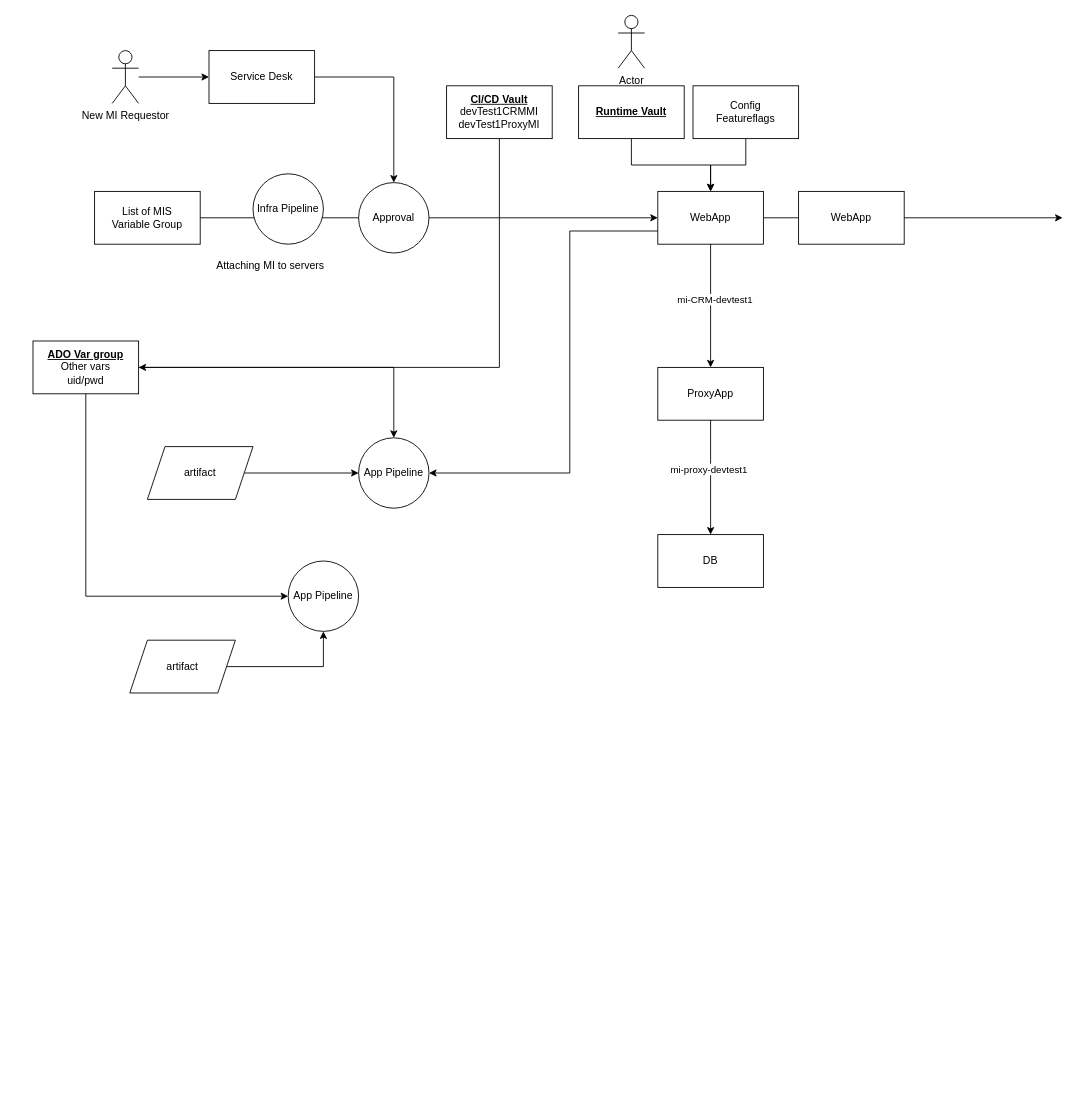
Earlier version of the draw.io diagram infra/VaultConfigMI.drawio (vjavle/invoicecloud). Source tidied: cells renumbered, new cells numbered last; positions are measured from the earlier drawing's top-left corner, leaving out a move shared by most shapes. Both pictures are drawn from the tidied source at 88%, with x=0, y=0 at pixel (33, 15).
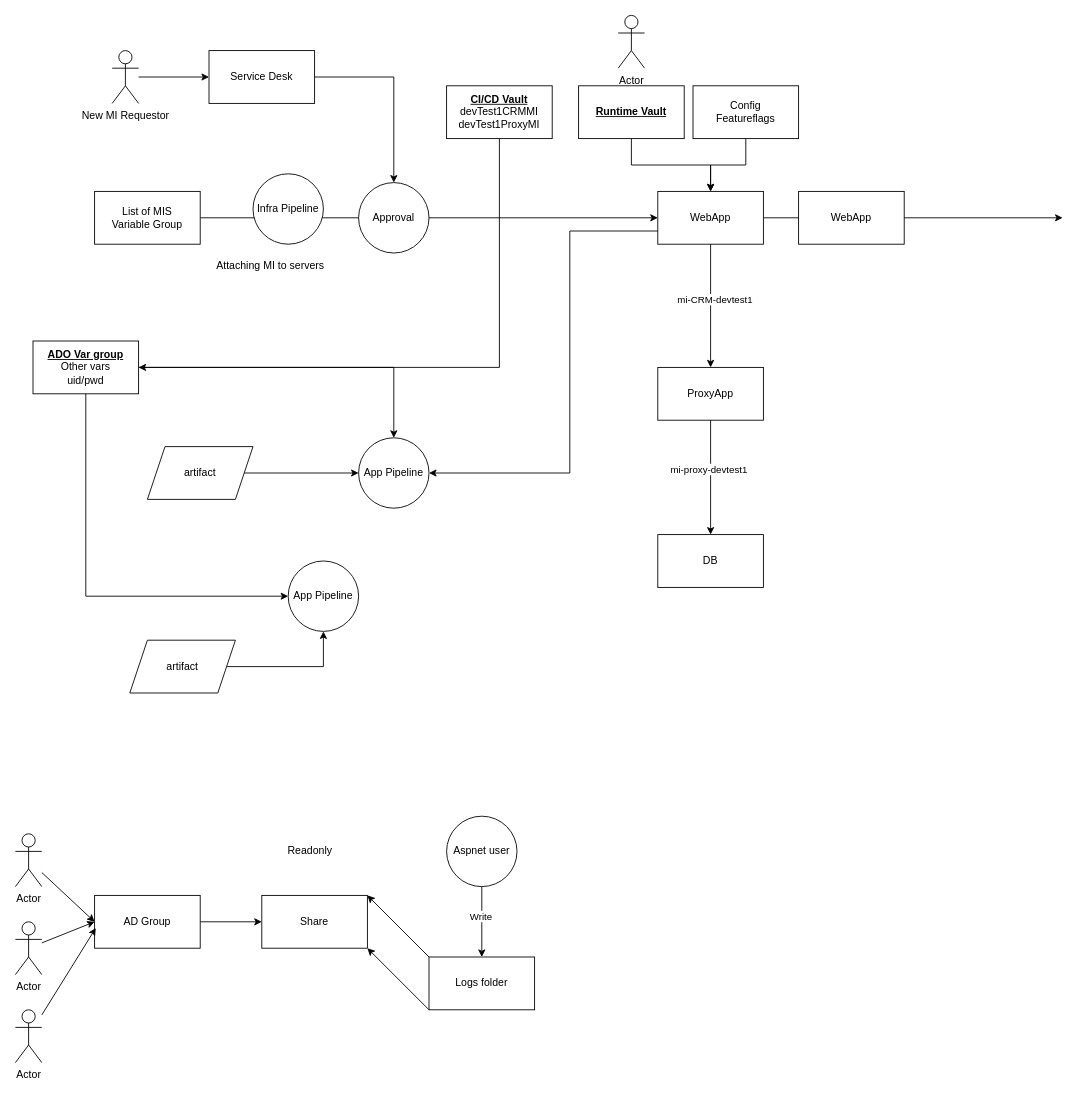
The same page after the edit.

The edit, as a diff of the source:
```diff
@@
+    <mxCell id="37" value="Logs folder" style="rounded=0;whiteSpace=wrap;html=1;" parent="1" vertex="1">
+      <mxGeometry x="450" y="1070" width="120" height="60" as="geometry" />
+    </mxCell>
+    <mxCell id="38" style="rounded=0;jettySize=auto;html=1;entryX=0;entryY=0;entryDx=0;entryDy=0;exitX=1;exitY=0;exitDx=0;exitDy=0;startArrow=classic;startFill=1;endArrow=none;endFill=0;" parent="1" edge="1" source="40" target="37">
+      <mxGeometry relative="1" as="geometry" />
+    </mxCell>
+    <mxCell id="39" style="edgeStyle=none;rounded=0;jettySize=auto;html=1;entryX=0;entryY=1;entryDx=0;entryDy=0;exitX=1;exitY=1;exitDx=0;exitDy=0;endArrow=none;endFill=0;startArrow=classic;startFill=1;" parent="1" edge="1" source="40" target="37">
+      <mxGeometry relative="1" as="geometry" />
+    </mxCell>
+    <mxCell id="40" value="Share" style="rounded=0;whiteSpace=wrap;html=1;" parent="1" vertex="1">
+      <mxGeometry x="260" y="1000" width="120" height="60" as="geometry" />
+    </mxCell>
+    <mxCell id="41" style="edgeStyle=none;rounded=0;jettySize=auto;html=1;entryX=0.5;entryY=0;entryDx=0;entryDy=0;startArrow=none;startFill=0;endArrow=classic;endFill=1;" parent="1" edge="1" source="43" target="37">
+      <mxGeometry relative="1" as="geometry" />
+    </mxCell>
+    <mxCell id="42" value="Write" style="edgeLabel;html=1;align=center;verticalAlign=middle;" parent="41" vertex="1">
+      <mxGeometry x="-0.17" y="-2" relative="1" as="geometry" />
+    </mxCell>
+    <mxCell id="43" value="Aspnet user" style="ellipse;whiteSpace=wrap;html=1;" parent="1" vertex="1">
+      <mxGeometry x="470" y="910" width="80" height="80" as="geometry" />
+    </mxCell>
+    <mxCell id="44" style="edgeStyle=none;rounded=0;jettySize=auto;html=1;entryX=0;entryY=0.5;entryDx=0;entryDy=0;startArrow=none;startFill=0;endArrow=classic;endFill=1;" parent="1" edge="1" source="45" target="40">
+      <mxGeometry relative="1" as="geometry" />
+    </mxCell>
+    <mxCell id="45" value="AD Group" style="rounded=0;whiteSpace=wrap;html=1;" parent="1" vertex="1">
+      <mxGeometry x="70" y="1000" width="120" height="60" as="geometry" />
+    </mxCell>
+    <mxCell id="46" style="edgeStyle=none;rounded=0;jettySize=auto;html=1;entryX=0;entryY=0.5;entryDx=0;entryDy=0;startArrow=none;startFill=0;endArrow=classic;endFill=1;" parent="1" edge="1" source="47" target="45">
+      <mxGeometry relative="1" as="geometry" />
+    </mxCell>
+    <mxCell id="47" value="Actor" style="shape=umlActor;verticalLabelPosition=bottom;verticalAlign=top;html=1;outlineConnect=0;" parent="1" vertex="1">
+      <mxGeometry x="-20" y="930" width="30" height="60" as="geometry" />
+    </mxCell>
+    <mxCell id="48" style="edgeStyle=none;rounded=0;jettySize=auto;html=1;entryX=0;entryY=0.5;entryDx=0;entryDy=0;startArrow=none;startFill=0;endArrow=classic;endFill=1;" parent="1" edge="1" source="49" target="45">
+      <mxGeometry relative="1" as="geometry" />
+    </mxCell>
+    <mxCell id="49" value="Actor" style="shape=umlActor;verticalLabelPosition=bottom;verticalAlign=top;html=1;outlineConnect=0;" parent="1" vertex="1">
+      <mxGeometry x="-20" y="1030" width="30" height="60" as="geometry" />
+    </mxCell>
+    <mxCell id="50" style="edgeStyle=none;rounded=0;jettySize=auto;html=1;entryX=0.011;entryY=0.619;entryDx=0;entryDy=0;entryPerimeter=0;startArrow=none;startFill=0;endArrow=classic;endFill=1;" parent="1" edge="1" source="51" target="45">
+      <mxGeometry relative="1" as="geometry" />
+    </mxCell>
+    <mxCell id="51" value="Actor" style="shape=umlActor;verticalLabelPosition=bottom;verticalAlign=top;html=1;outlineConnect=0;" parent="1" vertex="1">
+      <mxGeometry x="-20" y="1130" width="30" height="60" as="geometry" />
+    </mxCell>
+    <mxCell id="52" value="Readonly" style="text;html=1;strokeColor=none;fillColor=none;align=center;verticalAlign=middle;whiteSpace=wrap;rounded=0;" parent="1" vertex="1">
+      <mxGeometry x="285" y="935" width="60" height="30" as="geometry" />
+    </mxCell>
```
